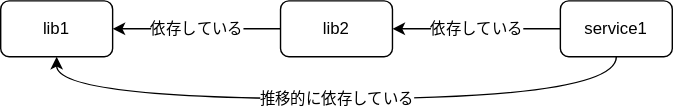
Earlier version of the draw.io export doc/blog/dependency.drawio.svg (mitoma/sver). Source tidied: cells renumbered, new cells last; positions are measured from the earlier drawing's top-left corner, leaving out a move shared by most shapes.
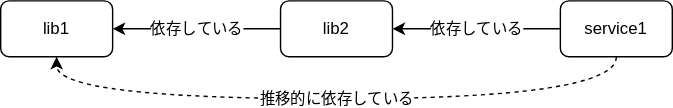
After the change.

Change to the diagram source:
```diff
@@ -14,7 +14,7 @@
     <mxCell id="5" value="依存している" style="edgeStyle=none;html=1;entryX=1;entryY=0.5;entryDx=0;entryDy=0;" parent="1" edge="1" source="7" target="4">
       <mxGeometry relative="1" as="geometry" />
     </mxCell>
-    <mxCell id="6" value="推移的に依存している" style="edgeStyle=orthogonalEdgeStyle;curved=1;html=1;exitX=0.5;exitY=1;exitDx=0;exitDy=0;entryX=0.5;entryY=1;entryDx=0;entryDy=0;" parent="1" edge="1" source="7" target="2">
+    <mxCell id="6" value="推移的に依存している" style="edgeStyle=orthogonalEdgeStyle;curved=1;html=1;exitX=0.5;exitY=1;exitDx=0;exitDy=0;entryX=0.5;entryY=1;entryDx=0;entryDy=0;dashed=1;" parent="1" edge="1" source="7" target="2">
       <mxGeometry relative="1" as="geometry">
         <Array as="points">
           <mxPoint x="440" y="70" />
```
